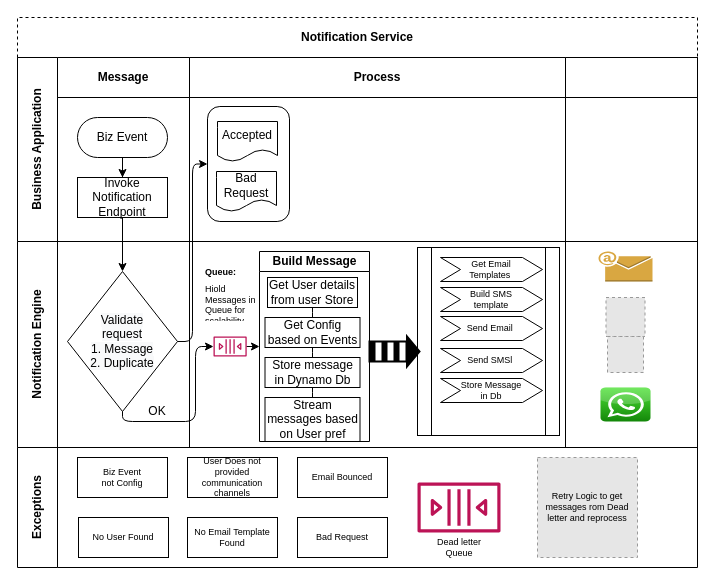
Earlier version of the draw.io diagram Untitled Diagram.drawio (RahulFreeCoder/medical-house). Source tidied: cells renumbered, new cells numbered last; positions are measured from the earlier drawing's top-left corner, leaving out a move shared by most shapes. Both pictures are drawn from the tidied source at 100%, with x=0, y=0 at pixel (17, 17). Pictures stored in the file or linked from it are replaced by grey dashed boxes.
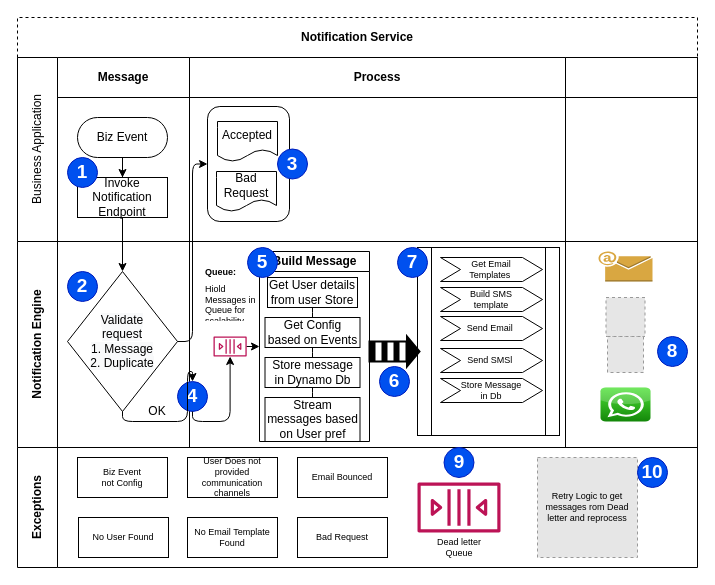
Above is the later version.

Commit message:
Updated processes Sequence

Unchanged cells that the change refers to:
```xml
<mxCell id="2" value="Notification Service" style="shape=table;childLayout=tableLayout;rowLines=0;columnLines=0;startSize=40;html=1;whiteSpace=wrap;fontStyle=1;dashed=1;" parent="1" vertex="1">
  <mxGeometry width="680" height="430" as="geometry" />
</mxCell>
<mxCell id="5" value="Message" style="swimlane;startSize=40;html=1;whiteSpace=wrap;" parent="4" vertex="1">
  <mxGeometry x="40" width="132" height="184" as="geometry" />
</mxCell>
<mxCell id="9" value="Process" style="swimlane;startSize=40;html=1;whiteSpace=wrap;" parent="4" vertex="1">
  <mxGeometry x="172" width="376" height="184" as="geometry" />
</mxCell>
<mxCell id="15" value="Notification Engine" style="swimlane;horizontal=0;startSize=40;html=1;whiteSpace=wrap;" parent="2" vertex="1">
  <mxGeometry y="224" width="680" height="206" as="geometry" />
</mxCell>
<mxCell id="16" style="swimlane;startSize=0;html=1;whiteSpace=wrap;" parent="15" vertex="1">
  <mxGeometry x="40" width="132" height="206" as="geometry" />
</mxCell>
<mxCell id="18" value="&lt;span style=&quot;color: rgb(0 , 0 , 0) ; font-family: &amp;#34;helvetica&amp;#34; ; font-size: 12px ; font-style: normal ; font-weight: 400 ; letter-spacing: normal ; text-align: center ; text-indent: 0px ; text-transform: none ; word-spacing: 0px ; background-color: rgb(248 , 249 , 250) ; display: inline ; float: none&quot;&gt;Validate &lt;br&gt;request&lt;br&gt;1. Message&lt;br&gt;2. Duplicate&lt;br&gt;&lt;/span&gt;" style="rhombus;whiteSpace=wrap;html=1;" parent="16" vertex="1">
  <mxGeometry x="10" y="30" width="110" height="140" as="geometry" />
</mxCell>
<mxCell id="20" style="swimlane;startSize=0;html=1;whiteSpace=wrap;swimlaneLine=1;glass=0;dashed=1;" parent="15" vertex="1">
  <mxGeometry x="172" width="376" height="206" as="geometry" />
</mxCell>
<mxCell id="25" value="Build Message" style="swimlane;html=1;startSize=20;horizontal=1;containerType=tree;newEdgeStyle={&quot;edgeStyle&quot;:&quot;elbowEdgeStyle&quot;,&quot;startArrow&quot;:&quot;none&quot;,&quot;endArrow&quot;:&quot;none&quot;};glass=0;" parent="20" vertex="1">
  <mxGeometry x="70" y="10" width="110" height="190" as="geometry" />
</mxCell>
<mxCell id="33" style="outlineConnect=0;fontColor=#232F3E;gradientColor=none;fillColor=#BC1356;strokeColor=none;dashed=0;verticalLabelPosition=bottom;verticalAlign=top;align=center;html=1;fontSize=12;fontStyle=0;shape=mxgraph.aws4.queue;glass=0;" parent="20" vertex="1">
  <mxGeometry x="24" y="95" width="33.2" height="20" as="geometry" />
</mxCell>
<mxCell id="38" style="swimlane;startSize=0;html=1;whiteSpace=wrap;" parent="15" vertex="1">
  <mxGeometry x="548" width="132" height="206" as="geometry" />
</mxCell>
<mxCell id="45" value="Exceptions" style="swimlane;horizontal=0;startSize=40;html=1;whiteSpace=wrap;" parent="1" vertex="1">
  <mxGeometry y="430" width="680" height="120" as="geometry" />
</mxCell>
```

What changed in the source:
```diff
@@
-    <mxCell id="4" value="Business Application" style="swimlane;horizontal=0;startSize=40;html=1;whiteSpace=wrap;" parent="2" vertex="1">
+    <mxCell id="4" value="&lt;span style=&quot;font-weight: normal&quot;&gt;Business Application&lt;/span&gt;" style="swimlane;horizontal=0;startSize=40;html=1;whiteSpace=wrap;" parent="2" vertex="1">
       <mxGeometry y="40" width="680" height="184" as="geometry" />
     </mxCell>
@@
+    <mxCell id="56" value="1" style="ellipse;whiteSpace=wrap;html=1;glass=0;fontSize=19;fillColor=#0050ef;strokeColor=#001DBC;fontColor=#ffffff;fontStyle=1;" parent="5" vertex="1">
+      <mxGeometry x="10" y="100" width="30" height="30" as="geometry" />
+    </mxCell>
@@
+    <mxCell id="57" value="3" style="ellipse;whiteSpace=wrap;html=1;glass=0;fontSize=19;fillColor=#0050ef;strokeColor=#001DBC;fontColor=#ffffff;fontStyle=1;" parent="9" vertex="1">
+      <mxGeometry x="88" y="91.5" width="30" height="30" as="geometry" />
+    </mxCell>
@@
+    <mxCell id="58" value="7" style="ellipse;whiteSpace=wrap;html=1;glass=0;fontSize=19;fillColor=#0050ef;strokeColor=#001DBC;fontColor=#ffffff;fontStyle=1;" parent="9" vertex="1">
+      <mxGeometry x="208" y="190" width="30" height="30" as="geometry" />
+    </mxCell>
@@
+    <mxCell id="59" value="2" style="ellipse;whiteSpace=wrap;html=1;glass=0;fontSize=19;fillColor=#0050ef;strokeColor=#001DBC;fontColor=#ffffff;fontStyle=1;" parent="16" vertex="1">
+      <mxGeometry x="10" y="30" width="30" height="30" as="geometry" />
+    </mxCell>
@@
+    <mxCell id="60" value="5" style="ellipse;whiteSpace=wrap;html=1;glass=0;fontSize=19;fillColor=#0050ef;strokeColor=#001DBC;fontColor=#ffffff;fontStyle=1;" parent="25" vertex="1">
+      <mxGeometry x="-12" y="-4" width="30" height="30" as="geometry" />
+    </mxCell>
@@
+    <mxCell id="61" value="6" style="ellipse;whiteSpace=wrap;html=1;glass=0;fontSize=19;fillColor=#0050ef;strokeColor=#001DBC;fontColor=#ffffff;fontStyle=1;" parent="20" vertex="1">
+      <mxGeometry x="190" y="125" width="30" height="30" as="geometry" />
+    </mxCell>
@@
+    <mxCell id="62" value="4" style="ellipse;whiteSpace=wrap;html=1;glass=0;fontSize=19;fillColor=#0050ef;strokeColor=#001DBC;fontColor=#ffffff;fontStyle=1;" parent="20" vertex="1">
+      <mxGeometry x="-12" y="140" width="30" height="30" as="geometry" />
+    </mxCell>
+    <mxCell id="43" style="endArrow=classic;html=1;exitX=0.5;exitY=1;exitDx=0;exitDy=0;edgeStyle=orthogonalEdgeStyle;" parent="20" edge="1" source="62" target="33">
+      <mxGeometry relative="1" as="geometry" />
+    </mxCell>
@@
+    <mxCell id="63" value="8" style="ellipse;whiteSpace=wrap;html=1;glass=0;fontSize=19;fillColor=#0050ef;strokeColor=#001DBC;fontColor=#ffffff;fontStyle=1;" parent="38" vertex="1">
+      <mxGeometry x="92" y="95" width="30" height="30" as="geometry" />
+    </mxCell>
@@
-    <mxCell id="43" style="endArrow=classic;html=1;exitX=0.5;exitY=1;exitDx=0;exitDy=0;edgeStyle=orthogonalEdgeStyle;" parent="15" edge="1" source="18" target="33">
-      <mxGeometry relative="1" as="geometry" />
-    </mxCell>
+    <mxCell id="64" style="endArrow=classic;html=1;exitX=0.5;exitY=1;exitDx=0;exitDy=0;edgeStyle=orthogonalEdgeStyle;" parent="15" edge="1" source="18" target="62">
+      <mxGeometry relative="1" as="geometry" />
+    </mxCell>
@@
+    <mxCell id="65" value="9" style="ellipse;whiteSpace=wrap;html=1;glass=0;fontSize=19;fillColor=#0050ef;strokeColor=#001DBC;fontColor=#ffffff;fontStyle=1;" parent="45" vertex="1">
+      <mxGeometry x="426.5" width="30" height="30" as="geometry" />
+    </mxCell>
+    <mxCell id="66" value="10" style="ellipse;whiteSpace=wrap;html=1;glass=0;fontSize=19;fillColor=#0050ef;strokeColor=#001DBC;fontColor=#ffffff;fontStyle=1;" parent="45" vertex="1">
+      <mxGeometry x="620" y="10" width="30" height="30" as="geometry" />
+    </mxCell>
```
